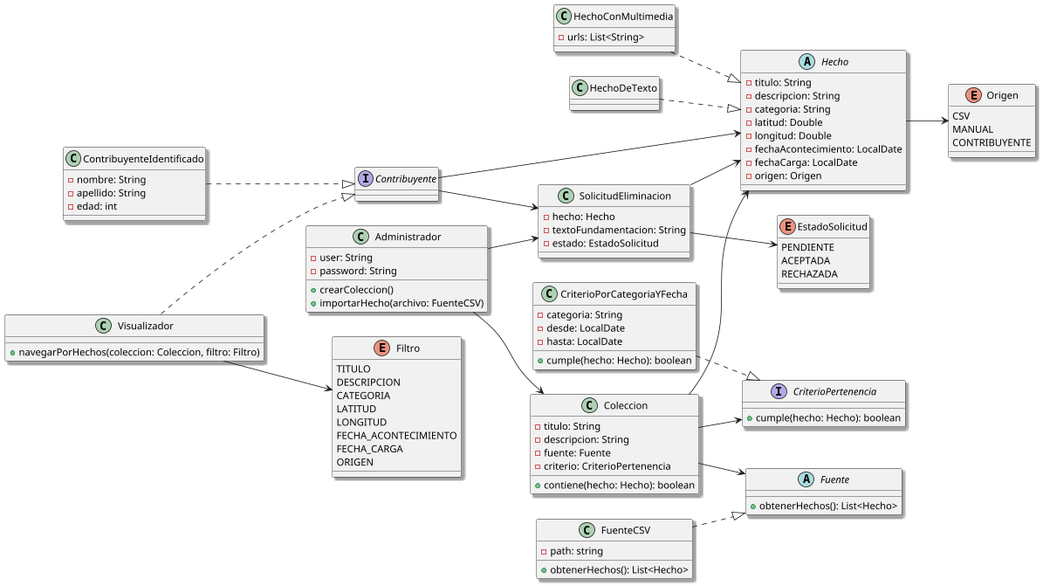
ValentinVilla/tpa-diseno-sistemas-2025 keeps this PlantUML diagram as Diagramas/classDiagram.png. Above is the earlier version.
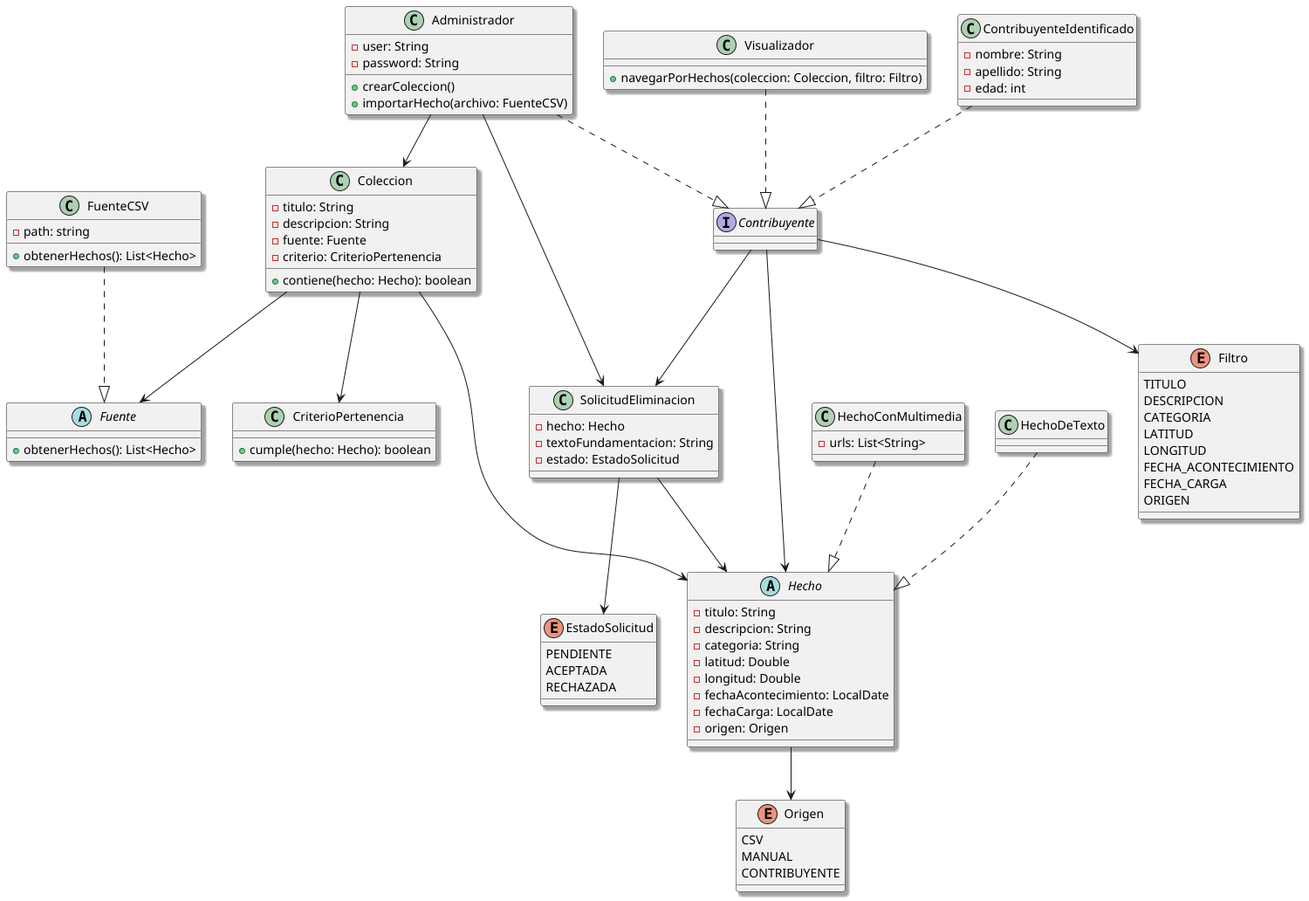
After the change.

What changed in the source:
```diff
@@ -1,15 +1,9 @@
 @startuml
 
-left to right direction
+
 
 skinparam shadowing true
 
-class Administrador {
-  - user: String
-  - password: String
-  + crearColeccion()
-  + importarHecho(archivo: FuenteCSV)
-}
 
 class Coleccion {
   - titulo: String
@@ -19,22 +13,12 @@
   + contiene(hecho: Hecho): boolean
 }
 
-abstract class Hecho {
-  - titulo: String
-  - descripcion: String
-  - categoria: String
-  - latitud: Double
-  - longitud: Double
-  - fechaAcontecimiento: LocalDate
-  - fechaCarga: LocalDate
-  - origen: Origen
+class Administrador {
+  - user: String
+  - password: String
+  + crearColeccion()
+  + importarHecho(archivo: FuenteCSV)
 }
-
-class HechoConMultimedia {
-  - urls: List<String>
-}
-
-class HechoDeTexto{}
 
 enum Origen {
   CSV
@@ -42,14 +26,7 @@
   CONTRIBUYENTE
 }
 
-interface CriterioPertenencia {
-  + cumple(hecho: Hecho): boolean
-}
-
-class CriterioPorCategoriaYFecha {
-  - categoria: String
-  - desde: LocalDate
-  - hasta: LocalDate
+class CriterioPertenencia {
   + cumple(hecho: Hecho): boolean
 }
 
@@ -61,7 +38,17 @@
   - path: string
   + obtenerHechos(): List<Hecho>
 }
+class SolicitudEliminacion {
+  - hecho: Hecho
+  - textoFundamentacion: String
+  - estado: EstadoSolicitud
+}
 
+enum EstadoSolicitud {
+  PENDIENTE
+  ACEPTADA
+  RECHAZADA
+}
 interface Contribuyente{}
 
 class ContribuyenteIdentificado {
@@ -85,21 +72,27 @@
   ORIGEN
 }
 
-class SolicitudEliminacion {
-  - hecho: Hecho
-  - textoFundamentacion: String
-  - estado: EstadoSolicitud
+abstract class Hecho {
+  - titulo: String
+  - descripcion: String
+  - categoria: String
+  - latitud: Double
+  - longitud: Double
+  - fechaAcontecimiento: LocalDate
+  - fechaCarga: LocalDate
+  - origen: Origen
 }
 
-enum EstadoSolicitud {
-  PENDIENTE
-  ACEPTADA
-  RECHAZADA
+class HechoConMultimedia {
+  - urls: List<String>
 }
+
+class HechoDeTexto{}
 
 
 Administrador --> Coleccion
 Administrador --> SolicitudEliminacion
+Administrador ..|> Contribuyente
 
 Coleccion --> Hecho
 Coleccion --> Fuente
@@ -109,15 +102,13 @@
 HechoConMultimedia ..|> Hecho
 HechoDeTexto ..|> Hecho
 
-CriterioPorCategoriaYFecha ..|> CriterioPertenencia
-
 FuenteCSV ..|> Fuente
 
 Contribuyente --> Hecho
 Contribuyente --> SolicitudEliminacion
+Contribuyente --> Filtro
 ContribuyenteIdentificado ..|> Contribuyente
 Visualizador ..|> Contribuyente
-Visualizador --> Filtro
 
 SolicitudEliminacion --> Hecho
 SolicitudEliminacion --> EstadoSolicitud
```
